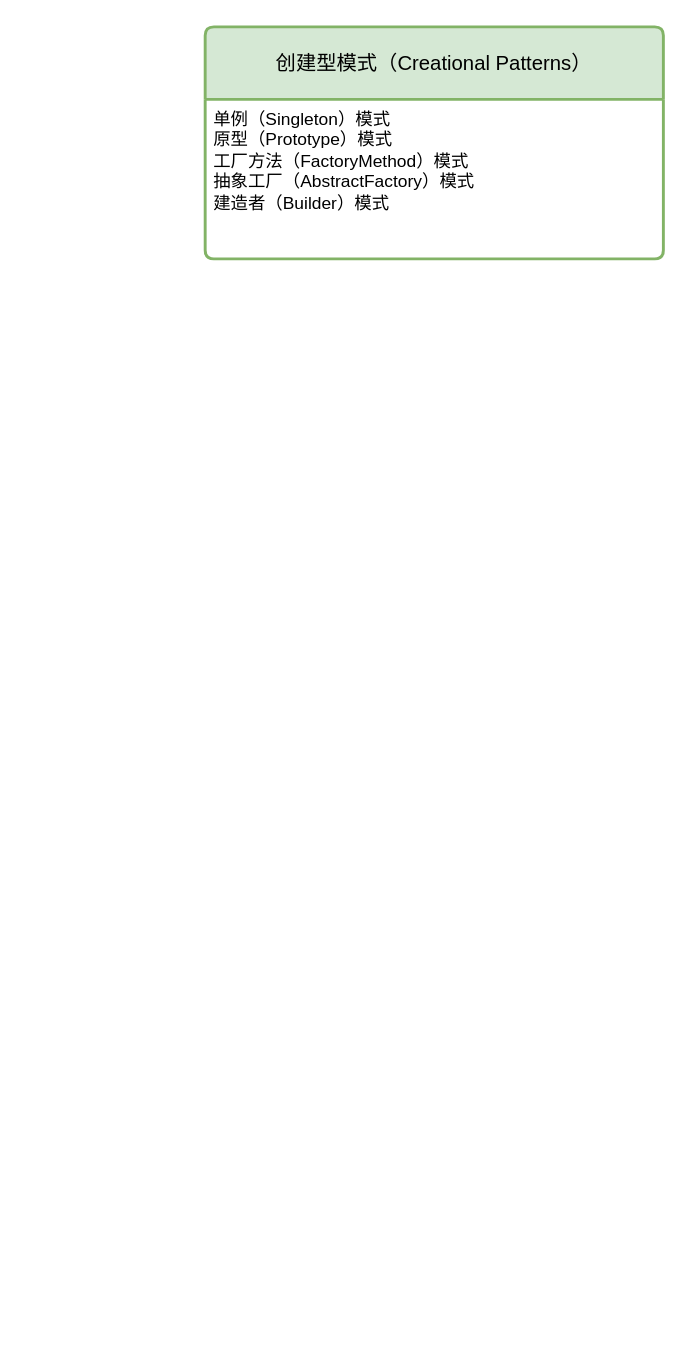
Above: page "设计模式总览" (1 of 3) of design-pattern.drawio in dayangwx/drawio (draw.io), before the change. Source tidied: cells renumbered, new cells numbered last; positions are measured from the earlier drawing's top-left corner, leaving out a move shared by most shapes. Both pictures are drawn from the tidied source at 145%, with x=0, y=0 at pixel (204, 26).
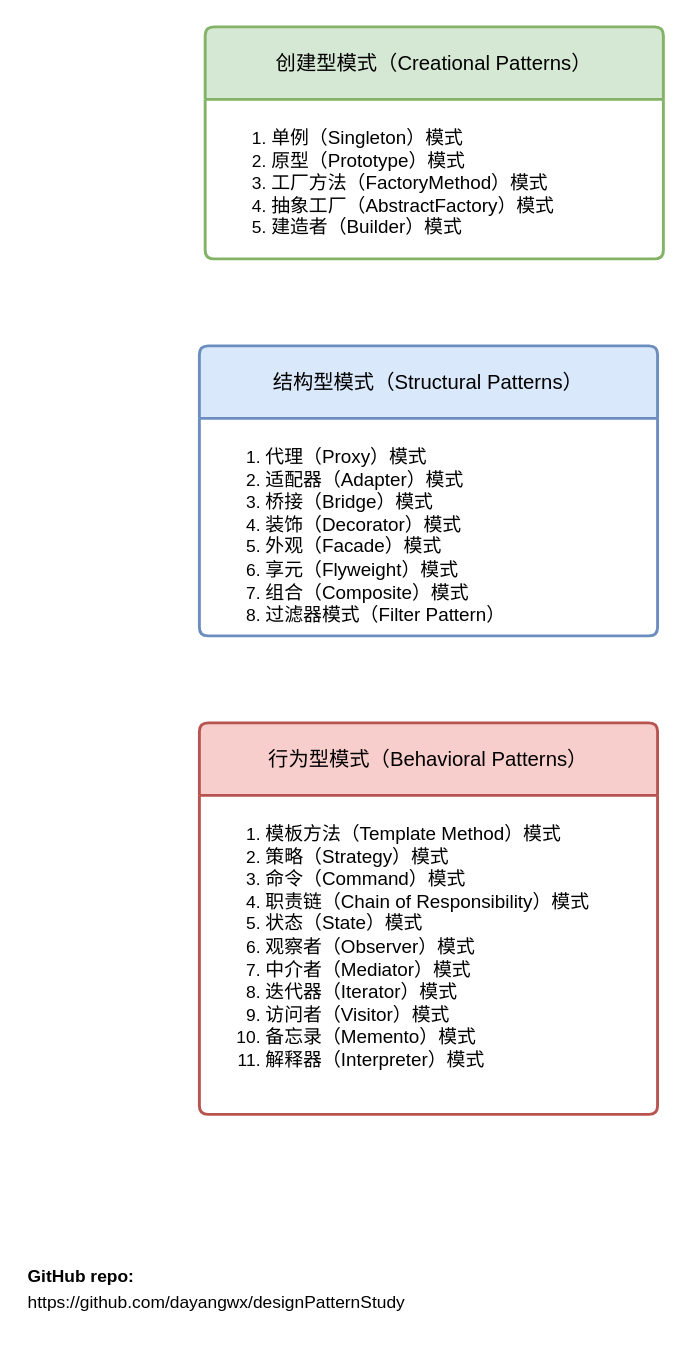
The same page after the edit.

What changed in the source:
```diff
@@
 <mxGraphModel>
   <root>
     <mxCell id="0" />
     <mxCell id="1" parent="0" />
     <mxCell id="2" value="创建型模式（Creational Patterns）" style="swimlane;horizontal=1;startSize=50;rounded=1;fontSize=14;fontStyle=0;strokeWidth=2;shadow=0;dashed=0;align=center;arcSize=4;whiteSpace=wrap;html=1;fillColor=#d5e8d4;strokeColor=#82b366;" parent="1" vertex="1">
       <mxGeometry width="316" height="160" as="geometry" />
     </mxCell>
-    <mxCell id="3" value="单例（Singleton）模式&lt;br style=&quot;padding: 0px; margin: 0px;&quot;&gt;原型（Prototype）模式&lt;br style=&quot;padding: 0px; margin: 0px;&quot;&gt;工厂方法（FactoryMethod）模式&lt;br style=&quot;padding: 0px; margin: 0px;&quot;&gt;抽象工厂（AbstractFactory）模式&lt;br style=&quot;padding: 0px; margin: 0px;&quot;&gt;建造者（Builder）模式" style="align=left;strokeColor=none;fillColor=none;spacingLeft=4;spacingRight=4;fontSize=12;verticalAlign=top;html=1;whiteSpace=wrap;" parent="2" vertex="1">
+    <mxCell id="3" value="&lt;ol&gt;&lt;li&gt;&lt;font style=&quot;font-size: 13px;&quot;&gt;单例（Singleton）模式&lt;/font&gt;&lt;/li&gt;&lt;li&gt;&lt;font style=&quot;font-size: 13px;&quot;&gt;原型（Prototype）模式&lt;/font&gt;&lt;/li&gt;&lt;li&gt;&lt;font style=&quot;font-size: 13px;&quot;&gt;工厂方法（FactoryMethod）模式&lt;/font&gt;&lt;/li&gt;&lt;li&gt;&lt;font style=&quot;font-size: 13px;&quot;&gt;抽象工厂（AbstractFactory）模式&lt;/font&gt;&lt;/li&gt;&lt;li&gt;&lt;font style=&quot;font-size: 13px;&quot;&gt;建造者（Builder）模式&lt;/font&gt;&lt;/li&gt;&lt;/ol&gt;" style="align=left;strokeColor=none;fillColor=none;spacingLeft=4;spacingRight=4;fontSize=12;verticalAlign=top;html=1;whiteSpace=wrap;" parent="2" vertex="1">
       <mxGeometry y="50" width="316" height="110" as="geometry" />
     </mxCell>
+    <mxCell id="4" value="结构型模式（Structural Patterns）" style="swimlane;horizontal=1;startSize=50;rounded=1;fontSize=14;fontStyle=0;strokeWidth=2;shadow=0;dashed=0;align=center;arcSize=4;whiteSpace=wrap;html=1;fillColor=#dae8fc;strokeColor=#6c8ebf;" parent="1" vertex="1">
+      <mxGeometry x="-4" y="220" width="316" height="200" as="geometry" />
+    </mxCell>
+    <mxCell id="5" value="&lt;ol&gt;&lt;li&gt;&lt;span style=&quot;font-size: 13px; background-color: transparent; color: light-dark(rgb(0, 0, 0), rgb(255, 255, 255));&quot;&gt;代理（Proxy）模式&lt;/span&gt;&lt;/li&gt;&lt;li&gt;&lt;span style=&quot;font-size: 13px; background-color: transparent; color: light-dark(rgb(0, 0, 0), rgb(255, 255, 255));&quot;&gt;适配器（Adapter）模式&lt;/span&gt;&lt;/li&gt;&lt;li&gt;&lt;span style=&quot;font-size: 13px; background-color: transparent; color: light-dark(rgb(0, 0, 0), rgb(255, 255, 255));&quot;&gt;桥接（Bridge）模式&lt;/span&gt;&lt;/li&gt;&lt;li&gt;&lt;span style=&quot;font-size: 13px; background-color: transparent; color: light-dark(rgb(0, 0, 0), rgb(255, 255, 255));&quot;&gt;装饰（Decorator）模式&lt;/span&gt;&lt;/li&gt;&lt;li&gt;&lt;span style=&quot;font-size: 13px; background-color: transparent; color: light-dark(rgb(0, 0, 0), rgb(255, 255, 255));&quot;&gt;外观（Facade）模式&lt;/span&gt;&lt;/li&gt;&lt;li&gt;&lt;span style=&quot;font-size: 13px; background-color: transparent; color: light-dark(rgb(0, 0, 0), rgb(255, 255, 255));&quot;&gt;享元（Flyweight）模式&lt;/span&gt;&lt;/li&gt;&lt;li&gt;&lt;span style=&quot;font-size: 13px; background-color: transparent; color: light-dark(rgb(0, 0, 0), rgb(255, 255, 255));&quot;&gt;组合（Composite）模式&lt;/span&gt;&lt;/li&gt;&lt;li&gt;&lt;span style=&quot;font-size: 13px; background-color: transparent; color: light-dark(rgb(0, 0, 0), rgb(255, 255, 255));&quot;&gt;过滤器模式（Filter Pattern）&lt;/span&gt;&lt;/li&gt;&lt;/ol&gt;" style="align=left;strokeColor=none;fillColor=none;spacingLeft=4;spacingRight=4;fontSize=12;verticalAlign=top;html=1;whiteSpace=wrap;" parent="4" vertex="1">
+      <mxGeometry y="50" width="316" height="150" as="geometry" />
+    </mxCell>
+    <mxCell id="6" value="&lt;span style=&quot;text-align: left;&quot;&gt;&lt;font&gt;行为型模式（Behavioral Patterns）&lt;/font&gt;&lt;/span&gt;" style="swimlane;horizontal=1;startSize=50;rounded=1;fontSize=14;fontStyle=0;strokeWidth=2;shadow=0;dashed=0;align=center;arcSize=4;whiteSpace=wrap;html=1;fillColor=#f8cecc;strokeColor=#b85450;" parent="1" vertex="1">
+      <mxGeometry x="-4" y="480" width="316" height="270" as="geometry" />
+    </mxCell>
+    <mxCell id="7" value="&lt;ol&gt;&lt;li&gt;&lt;span style=&quot;font-size: 13px; background-color: transparent; color: light-dark(rgb(0, 0, 0), rgb(255, 255, 255));&quot;&gt;模板方法（Template Method）模式&lt;/span&gt;&lt;/li&gt;&lt;li&gt;&lt;span style=&quot;font-size: 13px;&quot;&gt;策略（Strategy）模式&lt;/span&gt;&lt;/li&gt;&lt;li&gt;&lt;span style=&quot;font-size: 13px;&quot;&gt;命令（Command）模式&lt;/span&gt;&lt;/li&gt;&lt;li&gt;&lt;span style=&quot;font-size: 13px;&quot;&gt;职责链（Chain of Responsibility）模式&lt;/span&gt;&lt;/li&gt;&lt;li&gt;&lt;span style=&quot;font-size: 13px;&quot;&gt;状态（State）模式&lt;/span&gt;&lt;/li&gt;&lt;li&gt;&lt;span style=&quot;font-size: 13px;&quot;&gt;观察者（Observer）模式&lt;/span&gt;&lt;/li&gt;&lt;li&gt;&lt;span style=&quot;font-size: 13px;&quot;&gt;中介者（Mediator）模式&lt;/span&gt;&lt;/li&gt;&lt;li&gt;&lt;span style=&quot;font-size: 13px;&quot;&gt;迭代器（Iterator）模式&lt;/span&gt;&lt;/li&gt;&lt;li&gt;&lt;span style=&quot;font-size: 13px;&quot;&gt;访问者（Visitor）模式&lt;/span&gt;&lt;/li&gt;&lt;li&gt;&lt;span style=&quot;font-size: 13px;&quot;&gt;备忘录（Memento）模式&lt;/span&gt;&lt;/li&gt;&lt;li&gt;&lt;span style=&quot;font-size: 13px;&quot;&gt;解释器（Interpreter）模式&lt;/span&gt;&lt;/li&gt;&lt;/ol&gt;" style="align=left;strokeColor=none;fillColor=none;spacingLeft=4;spacingRight=4;fontSize=12;verticalAlign=top;html=1;whiteSpace=wrap;" parent="6" vertex="1">
+      <mxGeometry y="50" width="316" height="220" as="geometry" />
+    </mxCell>
+    <mxCell id="8" value="&lt;div style=&quot;line-height: 150%;&quot;&gt;&lt;b&gt;GitHub repo:&lt;/b&gt;&lt;div&gt;https://github.com/dayangwx/designPatternStudy&lt;/div&gt;&lt;/div&gt;" style="text;html=1;align=left;verticalAlign=middle;strokeColor=none;fillColor=none;" parent="1" vertex="1">
+      <mxGeometry x="-124" y="845" width="280" height="50" as="geometry" />
+    </mxCell>
   </root>
 </mxGraphModel>
```
